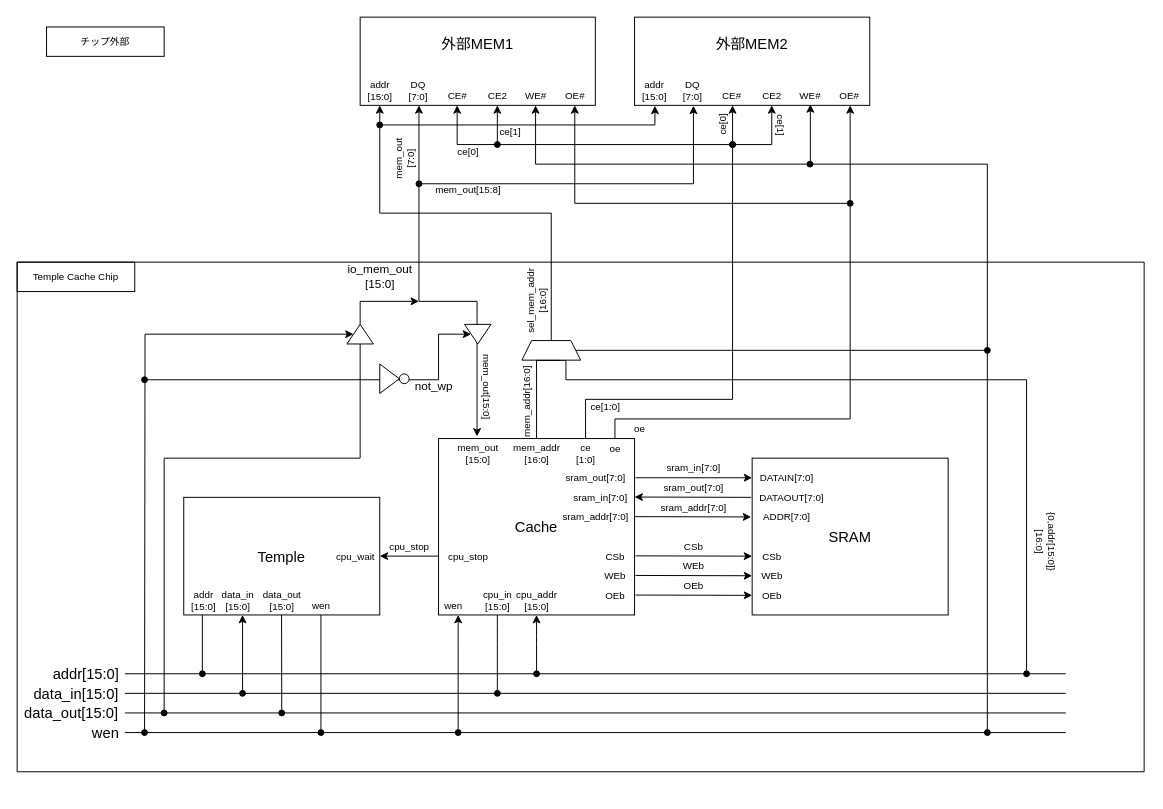
Before: block-diagram.drawio in HiroshimaNatsu/cachetemple, a draw.io diagram. Source tidied: cells renumbered, new cells numbered last; positions are measured from the earlier drawing's top-left corner, leaving out a move shared by most shapes. Both pictures are drawn from the tidied source at 98%, with x=0, y=0 at pixel (17, 17).
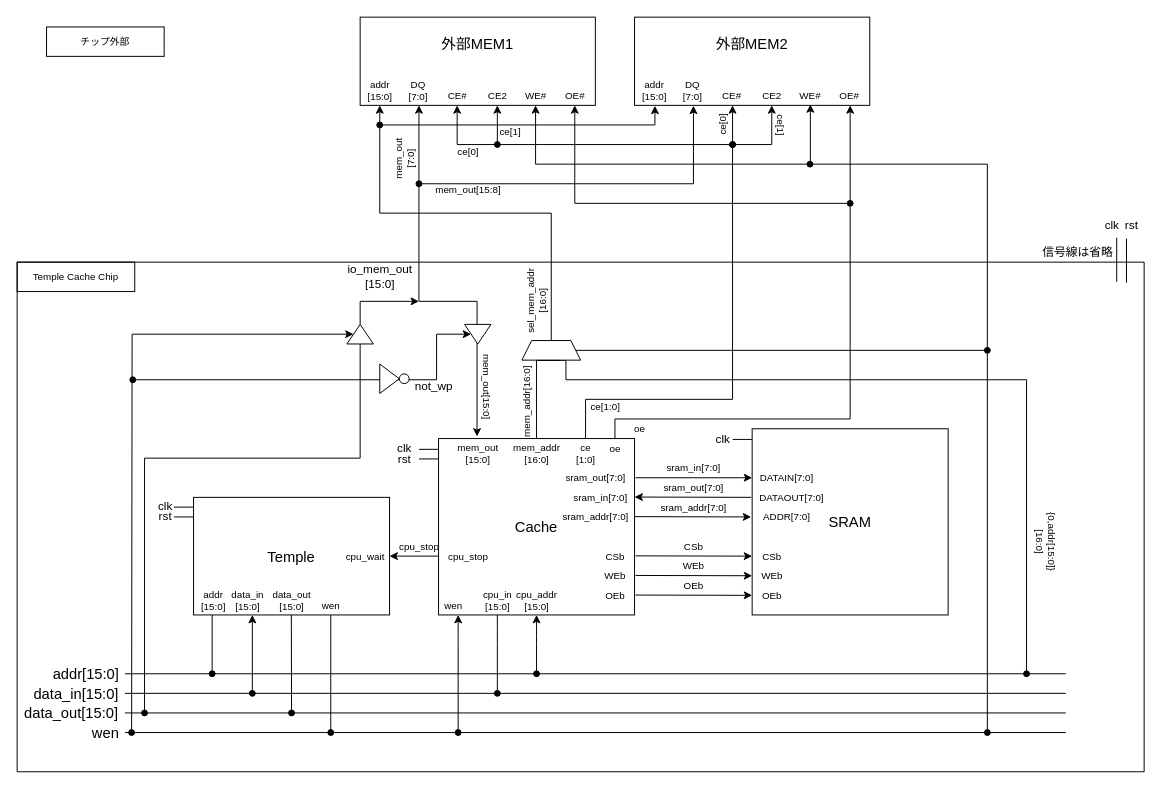
The same diagram, later.

The change refers to these unchanged cells:
```xml
<mxCell id="33" style="group;" parent="32" vertex="1">
  <mxGeometry width="200" height="300" as="geometry" />
</mxCell>
<mxCell id="49" style="group;" parent="48" vertex="1">
  <mxGeometry width="520" height="160" as="geometry" />
</mxCell>
<mxCell id="116" style="triangle;whiteSpace=wrap;html=1;rotation=90;" parent="1" vertex="1">
  <mxGeometry x="460" y="310" width="20" height="27" as="geometry" />
</mxCell>
<mxCell id="120" style="triangle;whiteSpace=wrap;html=1;rotation=90;direction=west;" parent="1" vertex="1">
  <mxGeometry x="340" y="310" width="20" height="27" as="geometry" />
</mxCell>
```

What changed in the source:
```diff
@@
     <mxCell id="31" style="group;" parent="1" vertex="1">
-      <mxGeometry x="150" y="490" width="200" height="300" as="geometry" />
+      <mxGeometry x="160" y="490" width="200" height="300" as="geometry" />
     </mxCell>
@@
+    <mxCell id="126" style="endArrow=none;html=1;" parent="33" edge="1">
+      <mxGeometry relative="1" as="geometry">
+        <mxPoint y="20" as="sourcePoint" />
+        <mxPoint x="20" y="20" as="targetPoint" />
+      </mxGeometry>
+    </mxCell>
+    <mxCell id="127" style="endArrow=none;html=1;" parent="33" edge="1">
+      <mxGeometry relative="1" as="geometry">
+        <mxPoint y="10" as="sourcePoint" />
+        <mxPoint x="20" y="10" as="targetPoint" />
+      </mxGeometry>
+    </mxCell>
@@
     <mxCell id="45" value="cpu_stop" style="text;html=1;align=center;verticalAlign=middle;fontSize=10;" parent="1" vertex="1">
-      <mxGeometry x="370" y="530" width="60" height="20" as="geometry" />
+      <mxGeometry x="380" y="530" width="60" height="20" as="geometry" />
     </mxCell>
@@
     <mxCell id="51" value="&lt;font style=&quot;font-size: 15px&quot;&gt;SRAM&lt;/font&gt;" style="rounded=0;whiteSpace=wrap;html=1;fontSize=15;" parent="49" vertex="1">
-      <mxGeometry x="320" width="200" height="160" as="geometry" />
+      <mxGeometry x="320" y="-30" width="200" height="190" as="geometry" />
     </mxCell>
@@
-    <mxCell id="115" style="edgeStyle=orthogonalEdgeStyle;rounded=0;jettySize=auto;html=1;exitX=0.5;exitY=1;exitDx=0;exitDy=0;startArrow=classic;startFill=1;endArrow=oval;endFill=1;" parent="1" edge="1" source="116">
+    <mxCell id="115" style="edgeStyle=orthogonalEdgeStyle;rounded=0;jettySize=auto;html=1;startArrow=classic;startFill=1;endArrow=oval;endFill=1;" parent="1" edge="1" source="116">
       <mxGeometry relative="1" as="geometry">
-        <mxPoint x="130" y="370" as="targetPoint" />
+        <mxPoint x="118" y="370" as="targetPoint" />
         <Array as="points">
-          <mxPoint x="430" y="324" />
-          <mxPoint x="430" y="370" />
+          <mxPoint x="428" y="324" />
+          <mxPoint x="428" y="370" />
         </Array>
       </mxGeometry>
     </mxCell>
@@
     <mxCell id="118" style="edgeStyle=orthogonalEdgeStyle;rounded=0;jettySize=auto;html=1;exitX=0;exitY=0.5;exitDx=0;exitDy=0;startArrow=none;startFill=0;endArrow=oval;endFill=1;" parent="1" edge="1" source="120">
       <mxGeometry relative="1" as="geometry">
-        <mxPoint x="150" y="710" as="targetPoint" />
+        <mxPoint x="130" y="710" as="targetPoint" />
         <Array as="points">
           <mxPoint x="350" y="450" />
-          <mxPoint x="150" y="450" />
-          <mxPoint x="150" y="710" />
+          <mxPoint x="130" y="450" />
         </Array>
       </mxGeometry>
     </mxCell>
-    <mxCell id="119" style="edgeStyle=orthogonalEdgeStyle;rounded=0;jettySize=auto;html=1;exitX=0.5;exitY=0;exitDx=0;exitDy=0;startArrow=classic;startFill=1;endArrow=oval;endFill=1;" parent="1" edge="1" source="120">
+    <mxCell id="119" style="edgeStyle=orthogonalEdgeStyle;rounded=0;jettySize=auto;html=1;startArrow=classic;startFill=1;endArrow=oval;endFill=1;" parent="1" edge="1" source="120">
       <mxGeometry relative="1" as="geometry">
-        <mxPoint x="130" y="730" as="targetPoint" />
+        <mxPoint x="116.8" y="730" as="targetPoint" />
       </mxGeometry>
     </mxCell>
@@
+    <mxCell id="128" style="endArrow=none;html=1;" parent="1" edge="1">
+      <mxGeometry relative="1" as="geometry">
+        <mxPoint x="1122" y="270" as="sourcePoint" />
+        <mxPoint x="1122" y="225" as="targetPoint" />
+      </mxGeometry>
+    </mxCell>
+    <mxCell id="129" style="endArrow=none;html=1;" parent="1" edge="1">
+      <mxGeometry relative="1" as="geometry">
+        <mxPoint x="1132" y="271" as="sourcePoint" />
+        <mxPoint x="1132" y="226" as="targetPoint" />
+      </mxGeometry>
+    </mxCell>
+    <mxCell id="130" value="clk" style="text;html=1;align=center;verticalAlign=middle;" parent="1" vertex="1">
+      <mxGeometry x="1102" y="203" width="30" height="20" as="geometry" />
+    </mxCell>
+    <mxCell id="131" value="rst" style="text;html=1;align=center;verticalAlign=middle;" parent="1" vertex="1">
+      <mxGeometry x="1122" y="203" width="30" height="20" as="geometry" />
+    </mxCell>
+    <mxCell id="132" value="信号線は省略" style="text;html=1;align=center;verticalAlign=middle;" parent="1" vertex="1">
+      <mxGeometry x="1037" y="230" width="90" height="20" as="geometry" />
+    </mxCell>
+    <mxCell id="133" value="clk" style="text;html=1;align=center;verticalAlign=middle;" parent="1" vertex="1">
+      <mxGeometry x="136" y="489" width="30" height="20" as="geometry" />
+    </mxCell>
+    <mxCell id="134" value="rst" style="text;html=1;align=center;verticalAlign=middle;" parent="1" vertex="1">
+      <mxGeometry x="136" y="500" width="30" height="20" as="geometry" />
+    </mxCell>
+    <mxCell id="135" value="clk" style="text;html=1;align=center;verticalAlign=middle;" parent="1" vertex="1">
+      <mxGeometry x="380" y="430" width="30" height="20" as="geometry" />
+    </mxCell>
+    <mxCell id="136" value="rst" style="text;html=1;align=center;verticalAlign=middle;" parent="1" vertex="1">
+      <mxGeometry x="380" y="441" width="30" height="20" as="geometry" />
+    </mxCell>
+    <mxCell id="137" style="endArrow=none;html=1;" parent="1" edge="1">
+      <mxGeometry relative="1" as="geometry">
+        <mxPoint x="410" y="441" as="sourcePoint" />
+        <mxPoint x="430" y="441" as="targetPoint" />
+      </mxGeometry>
+    </mxCell>
+    <mxCell id="138" style="endArrow=none;html=1;" parent="1" edge="1">
+      <mxGeometry relative="1" as="geometry">
+        <mxPoint x="410" y="450.8" as="sourcePoint" />
+        <mxPoint x="430" y="450.8" as="targetPoint" />
+      </mxGeometry>
+    </mxCell>
+    <mxCell id="139" value="clk" style="text;html=1;align=center;verticalAlign=middle;" parent="1" vertex="1">
+      <mxGeometry x="705" y="421" width="30" height="20" as="geometry" />
+    </mxCell>
+    <mxCell id="140" style="endArrow=none;html=1;" parent="1" edge="1">
+      <mxGeometry relative="1" as="geometry">
+        <mxPoint x="730" y="430.9" as="sourcePoint" />
+        <mxPoint x="750" y="430.9" as="targetPoint" />
+      </mxGeometry>
+    </mxCell>
```
